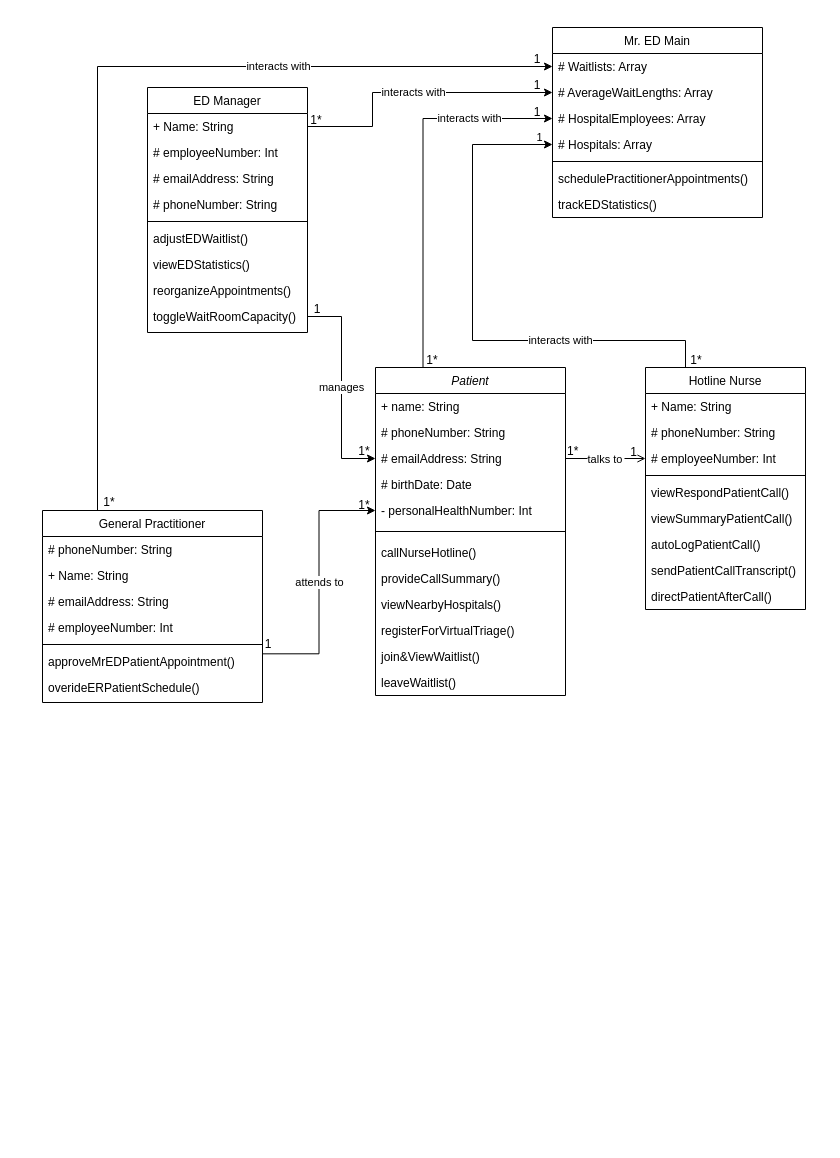
Before: AmirWork/M2/Mister_ED_ClassDiagram.drawio in SENG-350-2024-fall/Team9, a draw.io diagram. Source tidied: cells renumbered, new cells numbered last; positions are measured from the earlier drawing's top-left corner, leaving out a move shared by most shapes. Both pictures are drawn from the tidied source at 100%, with x=0, y=0 at pixel (34, 17).
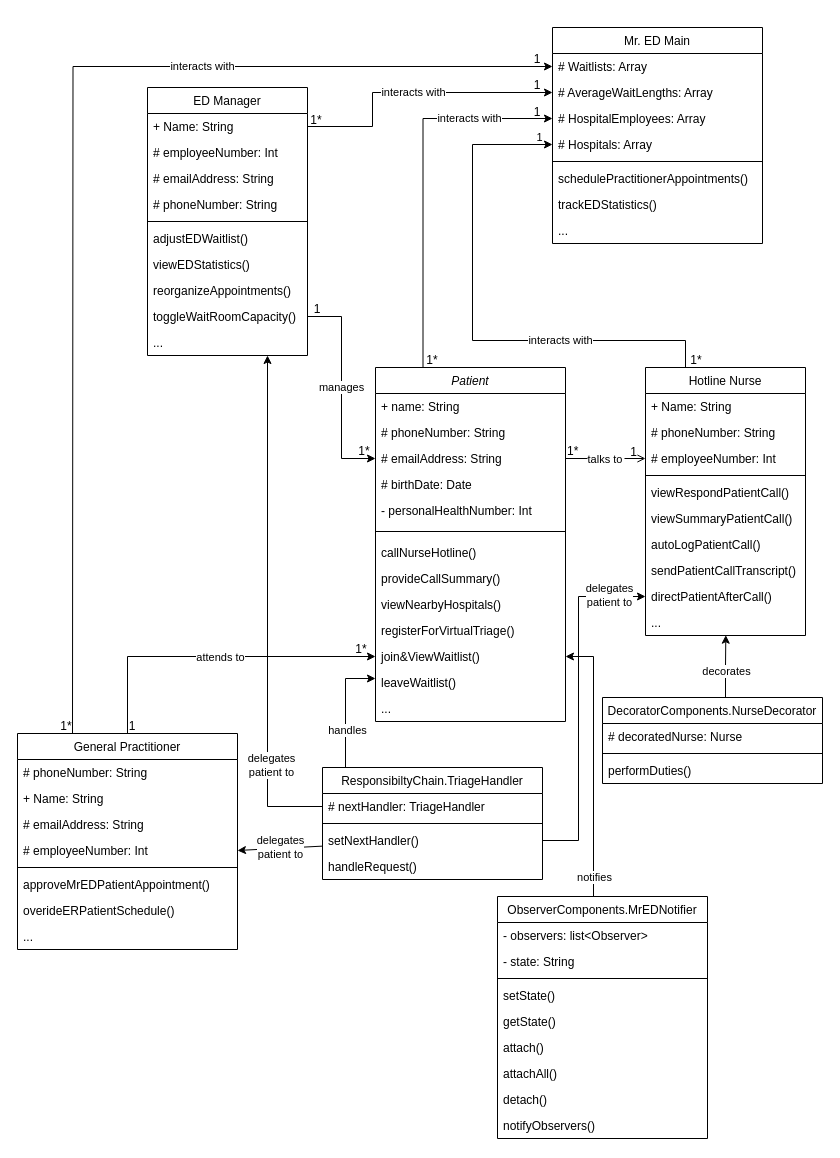
The same page after the edit.

Unchanged cells that the change refers to:
```xml
<mxCell id="11" value="- personalHealthNumber: Int" style="text;align=left;verticalAlign=top;spacingLeft=4;spacingRight=4;overflow=hidden;points=[[0,0.5],[1,0.5]];portConstraint=eastwest;" parent="6" vertex="1">
  <mxGeometry y="130" width="190" height="26" as="geometry" />
</mxCell>
<mxCell id="17" value="join&amp;ViewWaitlist()&#10;" style="text;align=left;verticalAlign=top;spacingLeft=4;spacingRight=4;overflow=hidden;points=[[0,0.5],[1,0.5]];portConstraint=eastwest;" parent="6" vertex="1">
  <mxGeometry y="276" width="190" height="26" as="geometry" />
</mxCell>
<mxCell id="18" value="leaveWaitlist()&#10;" style="text;align=left;verticalAlign=top;spacingLeft=4;spacingRight=4;overflow=hidden;points=[[0,0.5],[1,0.5]];portConstraint=eastwest;" parent="6" vertex="1">
  <mxGeometry y="302" width="190" height="26" as="geometry" />
</mxCell>
<mxCell id="40" value="directPatientAfterCall()" style="text;align=left;verticalAlign=top;spacingLeft=4;spacingRight=4;overflow=hidden;points=[[0,0.5],[1,0.5]];portConstraint=eastwest;" parent="31" vertex="1">
  <mxGeometry y="216" width="160" height="26" as="geometry" />
</mxCell>
<mxCell id="51" value="# Waitlists: Array " style="text;align=left;verticalAlign=top;spacingLeft=4;spacingRight=4;overflow=hidden;points=[[0,0.5],[1,0.5]];portConstraint=eastwest;rounded=0;shadow=0;html=0;" parent="50" vertex="1">
  <mxGeometry y="26" width="210" height="26" as="geometry" />
</mxCell>
```

What changed in the source:
```diff
@@
     <mxCell id="6" value="Patient" style="swimlane;fontStyle=2;align=center;verticalAlign=top;horizontal=1;startSize=26;rounded=0;shadow=0;strokeWidth=1;" parent="1" vertex="1">
-      <mxGeometry x="341" y="350" width="190" height="328" as="geometry" />
+      <mxGeometry x="341" y="350" width="190" height="354" as="geometry" />
     </mxCell>
@@
+    <mxCell id="74" value="..." style="text;align=left;verticalAlign=top;spacingLeft=4;spacingRight=4;overflow=hidden;" parent="6" vertex="1">
+      <mxGeometry y="328" width="190" height="26" as="geometry" />
+    </mxCell>
     <mxCell id="19" value="ED Manager" style="swimlane;fontStyle=0;align=center;verticalAlign=top;horizontal=1;startSize=26;rounded=0;shadow=0;strokeWidth=1;" parent="1" vertex="1">
-      <mxGeometry x="113" y="70" width="160" height="245" as="geometry" />
+      <mxGeometry x="113" y="70" width="160" height="268" as="geometry" />
     </mxCell>
@@
+    <mxCell id="75" value="..." style="text;align=left;verticalAlign=top;spacingLeft=4;spacingRight=4;overflow=hidden;" parent="19" vertex="1">
+      <mxGeometry y="242" width="160" height="26" as="geometry" />
+    </mxCell>
@@
     <mxCell id="31" value="Hotline Nurse" style="swimlane;fontStyle=0;align=center;verticalAlign=top;horizontal=1;startSize=26;rounded=0;shadow=0;strokeWidth=1;" parent="1" vertex="1">
-      <mxGeometry x="611" y="350" width="160" height="242" as="geometry" />
+      <mxGeometry x="611" y="350" width="160" height="268" as="geometry" />
     </mxCell>
@@
+    <mxCell id="76" value="..." style="text;align=left;verticalAlign=top;spacingLeft=4;spacingRight=4;overflow=hidden;points=[[0,0.5],[1,0.5]];portConstraint=eastwest;" parent="31" vertex="1">
+      <mxGeometry y="242" width="160" height="26" as="geometry" />
+    </mxCell>
-    <mxCell id="41" value="interacts with" style="edgeStyle=orthogonalEdgeStyle;rounded=0;jettySize=auto;html=1;exitX=0.25;exitY=0;exitDx=0;exitDy=0;entryX=0;entryY=0.5;entryDx=0;entryDy=0;" parent="1" edge="1" source="42" target="51">
-      <mxGeometry x="0.39" relative="1" as="geometry" />
+    <mxCell id="41" value="interacts with" style="edgeStyle=orthogonalEdgeStyle;rounded=0;jettySize=auto;html=1;entryX=0;entryY=0.5;entryDx=0;entryDy=0;" parent="1" edge="1" target="51">
+      <mxGeometry x="0.39" relative="1" as="geometry">
+        <mxPoint x="38" y="716" as="sourcePoint" />
+      </mxGeometry>
     </mxCell>
-    <mxCell id="42" value="General Practitioner" style="swimlane;fontStyle=0;align=center;verticalAlign=top;horizontal=1;startSize=26;rounded=0;shadow=0;strokeWidth=1;" parent="1" vertex="1">
-      <mxGeometry x="8" y="493" width="220" height="192" as="geometry" />
-    </mxCell>
-    <mxCell id="43" value="# phoneNumber: String" style="text;align=left;verticalAlign=top;spacingLeft=4;spacingRight=4;overflow=hidden;rounded=0;shadow=0;html=0;" parent="42" vertex="1">
-      <mxGeometry y="26" width="220" height="26" as="geometry" />
-    </mxCell>
-    <mxCell id="44" value="+ Name: String" style="text;align=left;verticalAlign=top;spacingLeft=4;spacingRight=4;overflow=hidden;" parent="42" vertex="1">
-      <mxGeometry y="52" width="220" height="26" as="geometry" />
-    </mxCell>
-    <mxCell id="45" value="# emailAddress: String" style="text;align=left;verticalAlign=top;spacingLeft=4;spacingRight=4;overflow=hidden;rounded=0;shadow=0;html=0;" parent="42" vertex="1">
-      <mxGeometry y="78" width="220" height="26" as="geometry" />
-    </mxCell>
-    <mxCell id="46" value="# employeeNumber: Int" style="text;align=left;verticalAlign=top;spacingLeft=4;spacingRight=4;overflow=hidden;points=[[0,0.5],[1,0.5]];portConstraint=eastwest;rounded=0;shadow=0;html=0;" parent="42" vertex="1">
-      <mxGeometry y="104" width="220" height="26" as="geometry" />
-    </mxCell>
-    <mxCell id="47" style="line;html=1;strokeWidth=1;align=left;verticalAlign=middle;spacingTop=-1;spacingLeft=3;spacingRight=3;labelPosition=right;" parent="42" vertex="1">
-      <mxGeometry y="130" width="220" height="8" as="geometry" />
-    </mxCell>
-    <mxCell id="48" value="approveMrEDPatientAppointment()" style="text;align=left;verticalAlign=top;spacingLeft=4;spacingRight=4;overflow=hidden;points=[[0,0.5],[1,0.5]];portConstraint=eastwest;" parent="42" vertex="1">
-      <mxGeometry y="138" width="220" height="26" as="geometry" />
-    </mxCell>
-    <mxCell id="49" value="overideERPatientSchedule()" style="text;align=left;verticalAlign=top;spacingLeft=4;spacingRight=4;overflow=hidden;" parent="42" vertex="1">
-      <mxGeometry y="164" width="220" height="26" as="geometry" />
-    </mxCell>
     <mxCell id="50" value="Mr. ED Main" style="swimlane;fontStyle=0;align=center;verticalAlign=top;horizontal=1;startSize=26;rounded=0;shadow=0;strokeWidth=1;" parent="1" vertex="1">
-      <mxGeometry x="518" y="10" width="210" height="190" as="geometry" />
+      <mxGeometry x="518" y="10" width="210" height="216" as="geometry" />
     </mxCell>
@@
-    <mxCell id="58" value="1*" style="text;strokeColor=none;align=center;fillColor=none;html=1;verticalAlign=middle;whiteSpace=wrap;rounded=0;" parent="1" vertex="1">
-      <mxGeometry x="45" y="470" width="60" height="30" as="geometry" />
-    </mxCell>
+    <mxCell id="77" value="..." style="text;align=left;verticalAlign=top;spacingLeft=4;spacingRight=4;overflow=hidden;" parent="50" vertex="1">
+      <mxGeometry y="190" width="210" height="26" as="geometry" />
+    </mxCell>
@@
-    <mxCell id="60" value="attends to" style="edgeStyle=orthogonalEdgeStyle;rounded=0;jettySize=auto;html=1;entryX=0;entryY=0.5;entryDx=0;entryDy=0;exitX=0.999;exitY=0.205;exitDx=0;exitDy=0;exitPerimeter=0;" parent="1" edge="1" source="48" target="11">
-      <mxGeometry relative="1" as="geometry" />
-    </mxCell>
-    <mxCell id="61" value="1" style="text;strokeColor=none;align=center;fillColor=none;html=1;verticalAlign=middle;whiteSpace=wrap;rounded=0;" parent="1" vertex="1">
-      <mxGeometry x="204" y="612" width="60" height="30" as="geometry" />
-    </mxCell>
     <mxCell id="62" value="1*" style="text;strokeColor=none;align=center;fillColor=none;html=1;verticalAlign=middle;whiteSpace=wrap;rounded=0;" parent="1" vertex="1">
-      <mxGeometry x="300" y="473" width="60" height="30" as="geometry" />
+      <mxGeometry x="297" y="617" width="60" height="30" as="geometry" />
     </mxCell>
@@
+    <mxCell id="78" style="edgeStyle=orthogonalEdgeStyle;rounded=0;jettySize=auto;html=1;" parent="1" edge="1" source="80" target="18">
+      <mxGeometry relative="1" as="geometry">
+        <Array as="points">
+          <mxPoint x="311" y="661" />
+        </Array>
+      </mxGeometry>
+    </mxCell>
+    <mxCell id="79" value="handles" style="edgeLabel;html=1;align=center;verticalAlign=middle;" parent="78" vertex="1">
+      <mxGeometry x="-0.35" y="2" relative="1" as="geometry">
+        <mxPoint x="3" y="1" as="offset" />
+      </mxGeometry>
+    </mxCell>
+    <mxCell id="80" value="ResponsibiltyChain.TriageHandler" style="swimlane;fontStyle=0;align=center;verticalAlign=top;horizontal=1;startSize=26;rounded=0;shadow=0;strokeWidth=1;" parent="1" vertex="1">
+      <mxGeometry x="288" y="750" width="220" height="112" as="geometry" />
+    </mxCell>
+    <mxCell id="81" value="# nextHandler: TriageHandler" style="text;align=left;verticalAlign=top;spacingLeft=4;spacingRight=4;overflow=hidden;points=[[0,0.5],[1,0.5]];portConstraint=eastwest;rounded=0;shadow=0;html=0;" parent="80" vertex="1">
+      <mxGeometry y="26" width="220" height="26" as="geometry" />
+    </mxCell>
+    <mxCell id="82" style="line;html=1;strokeWidth=1;align=left;verticalAlign=middle;spacingTop=-1;spacingLeft=3;spacingRight=3;labelPosition=right;" parent="80" vertex="1">
+      <mxGeometry y="52" width="220" height="8" as="geometry" />
+    </mxCell>
+    <mxCell id="83" value="setNextHandler()" style="text;align=left;verticalAlign=top;spacingLeft=4;spacingRight=4;overflow=hidden;points=[[0,0.5],[1,0.5]];portConstraint=eastwest;" parent="80" vertex="1">
+      <mxGeometry y="60" width="220" height="26" as="geometry" />
+    </mxCell>
+    <mxCell id="84" value="handleRequest()" style="text;align=left;verticalAlign=top;spacingLeft=4;spacingRight=4;overflow=hidden;" parent="80" vertex="1">
+      <mxGeometry y="86" width="220" height="26" as="geometry" />
+    </mxCell>
+    <mxCell id="85" style="group;" parent="1" vertex="1">
+      <mxGeometry x="-17" y="692" width="256" height="215" as="geometry" />
+    </mxCell>
+    <mxCell id="86" style="group;" parent="85" vertex="1">
+      <mxGeometry width="220" height="215" as="geometry" />
+    </mxCell>
+    <mxCell id="42" value="General Practitioner" style="swimlane;fontStyle=0;align=center;verticalAlign=top;horizontal=1;startSize=26;rounded=0;shadow=0;strokeWidth=1;" parent="86" vertex="1">
+      <mxGeometry y="24" width="220" height="216" as="geometry" />
+    </mxCell>
+    <mxCell id="43" value="# phoneNumber: String" style="text;align=left;verticalAlign=top;spacingLeft=4;spacingRight=4;overflow=hidden;rounded=0;shadow=0;html=0;" parent="42" vertex="1">
+      <mxGeometry y="26" width="220" height="26" as="geometry" />
+    </mxCell>
+    <mxCell id="44" value="+ Name: String" style="text;align=left;verticalAlign=top;spacingLeft=4;spacingRight=4;overflow=hidden;" parent="42" vertex="1">
+      <mxGeometry y="52" width="220" height="26" as="geometry" />
+    </mxCell>
+    <mxCell id="45" value="# emailAddress: String" style="text;align=left;verticalAlign=top;spacingLeft=4;spacingRight=4;overflow=hidden;rounded=0;shadow=0;html=0;" parent="42" vertex="1">
+      <mxGeometry y="78" width="220" height="26" as="geometry" />
+    </mxCell>
+    <mxCell id="46" value="# employeeNumber: Int" style="text;align=left;verticalAlign=top;spacingLeft=4;spacingRight=4;overflow=hidden;points=[[0,0.5],[1,0.5]];portConstraint=eastwest;rounded=0;shadow=0;html=0;" parent="42" vertex="1">
+      <mxGeometry y="104" width="220" height="26" as="geometry" />
+    </mxCell>
+    <mxCell id="47" style="line;html=1;strokeWidth=1;align=left;verticalAlign=middle;spacingTop=-1;spacingLeft=3;spacingRight=3;labelPosition=right;" parent="42" vertex="1">
+      <mxGeometry y="130" width="220" height="8" as="geometry" />
+    </mxCell>
+    <mxCell id="48" value="approveMrEDPatientAppointment()" style="text;align=left;verticalAlign=top;spacingLeft=4;spacingRight=4;overflow=hidden;points=[[0,0.5],[1,0.5]];portConstraint=eastwest;" parent="42" vertex="1">
+      <mxGeometry y="138" width="220" height="26" as="geometry" />
+    </mxCell>
+    <mxCell id="49" value="overideERPatientSchedule()" style="text;align=left;verticalAlign=top;spacingLeft=4;spacingRight=4;overflow=hidden;" parent="42" vertex="1">
+      <mxGeometry y="164" width="220" height="26" as="geometry" />
+    </mxCell>
+    <mxCell id="87" value="..." style="text;align=left;verticalAlign=top;spacingLeft=4;spacingRight=4;overflow=hidden;" parent="42" vertex="1">
+      <mxGeometry y="190" width="220" height="26" as="geometry" />
+    </mxCell>
+    <mxCell id="58" value="1*" style="text;strokeColor=none;align=center;fillColor=none;html=1;verticalAlign=middle;whiteSpace=wrap;rounded=0;" parent="86" vertex="1">
+      <mxGeometry x="19" y="2" width="60" height="30" as="geometry" />
+    </mxCell>
+    <mxCell id="61" value="1" style="text;strokeColor=none;align=center;fillColor=none;html=1;verticalAlign=middle;whiteSpace=wrap;rounded=0;" parent="86" vertex="1">
+      <mxGeometry x="85" y="2" width="60" height="30" as="geometry" />
+    </mxCell>
+    <mxCell id="88" style="edgeStyle=orthogonalEdgeStyle;rounded=0;jettySize=auto;html=1;entryX=0;entryY=0.5;entryDx=0;entryDy=0;" parent="1" edge="1" source="83" target="40">
+      <mxGeometry relative="1" as="geometry">
+        <Array as="points">
+          <mxPoint x="544" y="823" />
+          <mxPoint x="544" y="579" />
+        </Array>
+      </mxGeometry>
+    </mxCell>
+    <mxCell id="89" value="delegates&lt;div&gt;patient to&lt;/div&gt;" style="edgeLabel;html=1;align=center;verticalAlign=middle;" parent="88" vertex="1">
+      <mxGeometry x="-0.15" y="2" relative="1" as="geometry">
+        <mxPoint x="32" y="-135" as="offset" />
+      </mxGeometry>
+    </mxCell>
+    <mxCell id="90" style="edgeStyle=orthogonalEdgeStyle;rounded=0;jettySize=auto;html=1;entryX=0;entryY=0.5;entryDx=0;entryDy=0;" parent="1" edge="1" source="42" target="17">
+      <mxGeometry relative="1" as="geometry" />
+    </mxCell>
+    <mxCell id="60" value="attends to" style="edgeLabel;html=1;align=center;verticalAlign=middle;" parent="90" vertex="1">
+      <mxGeometry x="0.04" relative="1" as="geometry" />
+    </mxCell>
+    <mxCell id="91" style="rounded=0;jettySize=auto;html=1;entryX=1;entryY=0.5;entryDx=0;entryDy=0;" parent="1" edge="1" source="83" target="46">
+      <mxGeometry relative="1" as="geometry" />
+    </mxCell>
+    <mxCell id="92" value="delegates&lt;div&gt;patient to&lt;/div&gt;" style="edgeLabel;html=1;align=center;verticalAlign=middle;" parent="91" vertex="1">
+      <mxGeometry x="0.02" y="-1" relative="1" as="geometry" />
+    </mxCell>
+    <mxCell id="93" style="edgeStyle=orthogonalEdgeStyle;rounded=0;jettySize=auto;html=1;entryX=0.75;entryY=1;entryDx=0;entryDy=0;" parent="1" edge="1" source="81" target="19">
+      <mxGeometry relative="1" as="geometry" />
+    </mxCell>
+    <mxCell id="94" value="delegates&lt;div&gt;patient to&lt;/div&gt;" style="edgeLabel;html=1;align=center;verticalAlign=middle;" parent="93" vertex="1">
+      <mxGeometry x="-0.86" y="-4" relative="1" as="geometry">
+        <mxPoint x="-17" y="-38" as="offset" />
+      </mxGeometry>
+    </mxCell>
+    <mxCell id="95" style="edgeStyle=orthogonalEdgeStyle;rounded=0;jettySize=auto;html=1;entryX=1;entryY=0.5;entryDx=0;entryDy=0;" parent="1" edge="1" source="97" target="17">
+      <mxGeometry relative="1" as="geometry">
+        <Array as="points">
+          <mxPoint x="559" y="639" />
+        </Array>
+      </mxGeometry>
+    </mxCell>
+    <mxCell id="96" value="notifies" style="edgeLabel;html=1;align=center;verticalAlign=middle;" parent="95" vertex="1">
+      <mxGeometry x="0.06" relative="1" as="geometry">
+        <mxPoint y="122" as="offset" />
+      </mxGeometry>
+    </mxCell>
+    <mxCell id="97" value="ObserverComponents.MrEDNotifier" style="swimlane;fontStyle=0;align=center;verticalAlign=top;horizontal=1;startSize=26;rounded=0;shadow=0;strokeWidth=1;" parent="1" vertex="1">
+      <mxGeometry x="463" y="879" width="210" height="242" as="geometry" />
+    </mxCell>
+    <mxCell id="98" value="- observers: list&lt;Observer&gt;" style="text;align=left;verticalAlign=top;spacingLeft=4;spacingRight=4;overflow=hidden;rounded=0;shadow=0;html=0;" parent="97" vertex="1">
+      <mxGeometry y="26" width="210" height="26" as="geometry" />
+    </mxCell>
+    <mxCell id="99" value="- state: String" style="text;align=left;verticalAlign=top;spacingLeft=4;spacingRight=4;overflow=hidden;rounded=0;shadow=0;html=0;" parent="97" vertex="1">
+      <mxGeometry y="52" width="210" height="26" as="geometry" />
+    </mxCell>
+    <mxCell id="100" style="line;html=1;strokeWidth=1;align=left;verticalAlign=middle;spacingTop=-1;spacingLeft=3;spacingRight=3;labelPosition=right;" parent="97" vertex="1">
+      <mxGeometry y="78" width="210" height="8" as="geometry" />
+    </mxCell>
+    <mxCell id="101" value="setState()" style="text;align=left;verticalAlign=top;spacingLeft=4;spacingRight=4;overflow=hidden;" parent="97" vertex="1">
+      <mxGeometry y="86" width="210" height="26" as="geometry" />
+    </mxCell>
+    <mxCell id="102" value="getState()" style="text;align=left;verticalAlign=top;spacingLeft=4;spacingRight=4;overflow=hidden;" parent="97" vertex="1">
+      <mxGeometry y="112" width="210" height="26" as="geometry" />
+    </mxCell>
+    <mxCell id="103" value="attach()" style="text;align=left;verticalAlign=top;spacingLeft=4;spacingRight=4;overflow=hidden;rounded=0;shadow=0;html=0;" parent="97" vertex="1">
+      <mxGeometry y="138" width="210" height="26" as="geometry" />
+    </mxCell>
+    <mxCell id="104" value="attachAll()" style="text;align=left;verticalAlign=top;spacingLeft=4;spacingRight=4;overflow=hidden;rounded=0;shadow=0;html=0;" parent="97" vertex="1">
+      <mxGeometry y="164" width="210" height="26" as="geometry" />
+    </mxCell>
+    <mxCell id="105" value="detach()" style="text;align=left;verticalAlign=top;spacingLeft=4;spacingRight=4;overflow=hidden;rounded=0;shadow=0;html=0;" parent="97" vertex="1">
+      <mxGeometry y="190" width="210" height="26" as="geometry" />
+    </mxCell>
+    <mxCell id="106" value="notifyObservers()" style="text;align=left;verticalAlign=top;spacingLeft=4;spacingRight=4;overflow=hidden;rounded=0;shadow=0;html=0;" parent="97" vertex="1">
+      <mxGeometry y="216" width="210" height="26" as="geometry" />
+    </mxCell>
+    <mxCell id="107" style="edgeStyle=orthogonalEdgeStyle;rounded=0;jettySize=auto;html=1;entryX=0.502;entryY=0.989;entryDx=0;entryDy=0;entryPerimeter=0;" parent="1" edge="1" source="109" target="76">
+      <mxGeometry relative="1" as="geometry">
+        <Array as="points">
+          <mxPoint x="691" y="649" />
+          <mxPoint x="691" y="649" />
+        </Array>
+      </mxGeometry>
+    </mxCell>
+    <mxCell id="108" value="decorates" style="edgeLabel;html=1;align=center;verticalAlign=middle;" parent="107" vertex="1">
+      <mxGeometry x="-0.12" relative="1" as="geometry" />
+    </mxCell>
+    <mxCell id="109" value="DecoratorComponents.NurseDecorator" style="swimlane;fontStyle=0;align=center;verticalAlign=top;horizontal=1;startSize=26;rounded=0;shadow=0;strokeWidth=1;" parent="1" vertex="1">
+      <mxGeometry x="568" y="680" width="220" height="86" as="geometry" />
+    </mxCell>
+    <mxCell id="110" value="# decoratedNurse: Nurse" style="text;align=left;verticalAlign=top;spacingLeft=4;spacingRight=4;overflow=hidden;rounded=0;shadow=0;html=0;" parent="109" vertex="1">
+      <mxGeometry y="26" width="220" height="26" as="geometry" />
+    </mxCell>
+    <mxCell id="111" style="line;html=1;strokeWidth=1;align=left;verticalAlign=middle;spacingTop=-1;spacingLeft=3;spacingRight=3;labelPosition=right;" parent="109" vertex="1">
+      <mxGeometry y="52" width="220" height="8" as="geometry" />
+    </mxCell>
+    <mxCell id="112" value="performDuties()" style="text;align=left;verticalAlign=top;spacingLeft=4;spacingRight=4;overflow=hidden;" parent="109" vertex="1">
+      <mxGeometry y="60" width="220" height="26" as="geometry" />
+    </mxCell>
```
